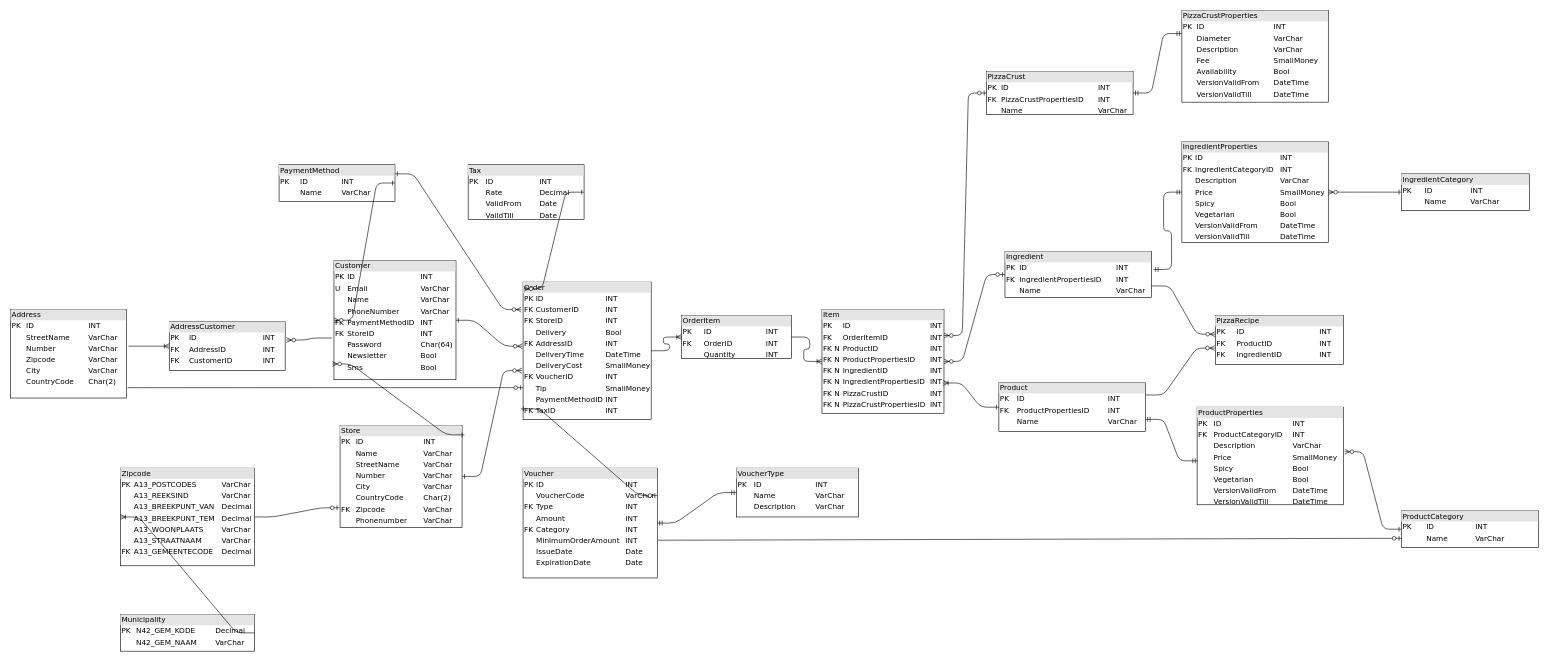
This is DBO_huidige_situatie.drawio from SlatanEnLexSemester4/Mario-Pizza-Case, a draw.io file, before an edit. Source tidied: cells renumbered, new cells numbered last; positions are measured from the earlier drawing's top-left corner, leaving out a move shared by most shapes. Both pictures are drawn from the tidied source at 61%, with x=0, y=0 at pixel (10, 10).
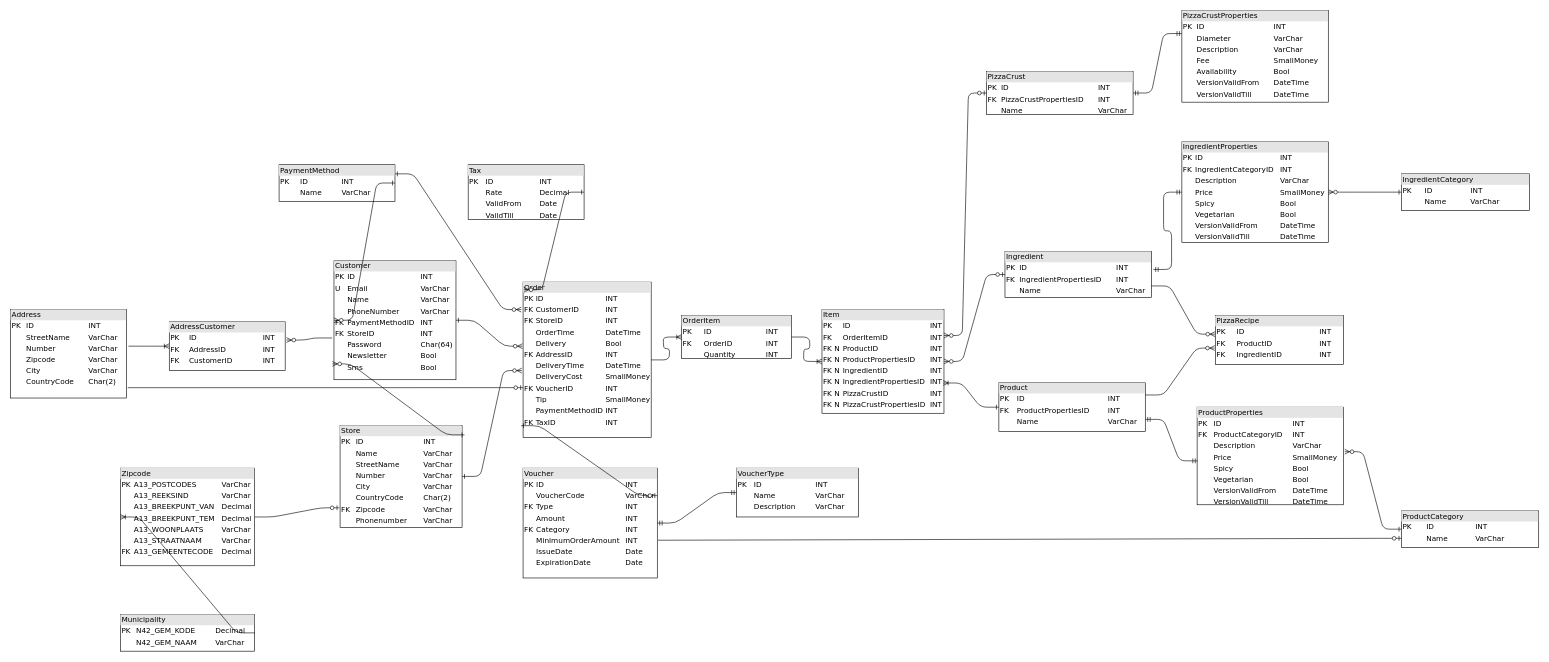
The same page after the edit.

The change refers to these unchanged cells:
```xml
<mxCell id="17" value="&lt;div style=&quot;box-sizing: border-box ; width: 100% ; background: #e4e4e4 ; padding: 2px&quot;&gt;Address&lt;br&gt;&lt;/div&gt;&lt;table style=&quot;width: 100% ; font-size: 1em&quot; cellspacing=&quot;0&quot; cellpadding=&quot;2&quot;&gt;&lt;tbody&gt;&lt;tr&gt;&lt;td&gt;PK&lt;/td&gt;&lt;td&gt;ID&lt;br&gt;&lt;/td&gt;&lt;td&gt;INT&lt;/td&gt;&lt;/tr&gt;&lt;tr&gt;&lt;td&gt;&lt;br&gt;&lt;/td&gt;&lt;td&gt;StreetName&lt;/td&gt;&lt;td&gt;VarChar&lt;/td&gt;&lt;/tr&gt;&lt;tr&gt;&lt;td&gt;&lt;br&gt;&lt;/td&gt;&lt;td&gt;Number&lt;/td&gt;&lt;td&gt;VarChar&lt;/td&gt;&lt;/tr&gt;&lt;tr&gt;&lt;td&gt;&lt;br&gt;&lt;/td&gt;&lt;td&gt;Zipcode&lt;/td&gt;&lt;td&gt;VarChar&lt;/td&gt;&lt;/tr&gt;&lt;tr&gt;&lt;td&gt;&lt;br&gt;&lt;/td&gt;&lt;td&gt;City&lt;/td&gt;&lt;td&gt;VarChar&lt;/td&gt;&lt;/tr&gt;&lt;tr&gt;&lt;td&gt;&lt;br&gt;&lt;/td&gt;&lt;td&gt;CountryCode&lt;/td&gt;&lt;td&gt;Char(2)&lt;/td&gt;&lt;/tr&gt;&lt;/tbody&gt;&lt;/table&gt;" style="verticalAlign=top;align=left;overflow=fill;html=1;rounded=0;shadow=0;comic=0;labelBackgroundColor=none;strokeWidth=1;fontFamily=Verdana;fontSize=12;" parent="1" vertex="1">
  <mxGeometry y="490" width="190" height="145" as="geometry" />
</mxCell>
```

What changed in the source:
```diff
@@
-    <mxCell id="14" value="&lt;div style=&quot;box-sizing: border-box ; width: 100% ; background: #e4e4e4 ; padding: 2px&quot;&gt;Order&lt;br&gt;&lt;/div&gt;&lt;table style=&quot;width: 100% ; font-size: 1em&quot; cellspacing=&quot;0&quot; cellpadding=&quot;2&quot;&gt;&lt;tbody&gt;&lt;tr&gt;&lt;td&gt;PK&lt;/td&gt;&lt;td&gt;ID&lt;br&gt;&lt;/td&gt;&lt;td&gt;INT&lt;/td&gt;&lt;/tr&gt;&lt;tr&gt;&lt;td&gt;FK&lt;/td&gt;&lt;td&gt;CustomerID&lt;br&gt;&lt;/td&gt;&lt;td&gt;INT&lt;/td&gt;&lt;/tr&gt;&lt;tr&gt;&lt;td&gt;FK&lt;/td&gt;&lt;td&gt;StoreID&lt;/td&gt;&lt;td&gt;INT&lt;/td&gt;&lt;/tr&gt;&lt;tr&gt;&lt;td&gt;&lt;br&gt;&lt;/td&gt;&lt;td&gt;Delivery&lt;/td&gt;&lt;td&gt;Bool&lt;/td&gt;&lt;/tr&gt;&lt;tr&gt;&lt;td&gt;FK&lt;/td&gt;&lt;td&gt;AddressID&lt;/td&gt;&lt;td&gt;INT&lt;/td&gt;&lt;/tr&gt;&lt;tr&gt;&lt;td&gt;&lt;br&gt;&lt;/td&gt;&lt;td&gt;DeliveryTime&lt;/td&gt;&lt;td&gt;DateTime&lt;/td&gt;&lt;/tr&gt;&lt;tr&gt;&lt;td&gt;&lt;br&gt;&lt;/td&gt;&lt;td&gt;DeliveryCost&lt;/td&gt;&lt;td&gt;SmallMoney&lt;/td&gt;&lt;/tr&gt;&lt;tr&gt;&lt;td&gt;FK&lt;/td&gt;&lt;td&gt;VoucherID&lt;/td&gt;&lt;td&gt;INT&lt;/td&gt;&lt;/tr&gt;&lt;tr&gt;&lt;td&gt;&lt;br&gt;&lt;/td&gt;&lt;td&gt;Tip&lt;/td&gt;&lt;td&gt;SmallMoney&lt;br&gt;&lt;/td&gt;&lt;/tr&gt;&lt;tr&gt;&lt;td&gt;&lt;br&gt;&lt;/td&gt;&lt;td&gt;PaymentMethodID&lt;/td&gt;&lt;td&gt;INT&lt;br&gt;&lt;/td&gt;&lt;/tr&gt;&lt;tr&gt;&lt;td&gt;FK&lt;/td&gt;&lt;td&gt;TaxID&lt;/td&gt;&lt;td&gt;INT&lt;/td&gt;&lt;/tr&gt;&lt;/tbody&gt;&lt;/table&gt;" style="verticalAlign=top;align=left;overflow=fill;html=1;rounded=0;shadow=0;comic=0;labelBackgroundColor=none;strokeWidth=1;fontFamily=Verdana;fontSize=12;" parent="1" vertex="1">
-      <mxGeometry x="840" y="445" width="210" height="225" as="geometry" />
+    <mxCell id="14" value="&lt;div style=&quot;box-sizing: border-box ; width: 100% ; background: #e4e4e4 ; padding: 2px&quot;&gt;Order&lt;br&gt;&lt;/div&gt;&lt;table style=&quot;width: 100% ; font-size: 1em&quot; cellspacing=&quot;0&quot; cellpadding=&quot;2&quot;&gt;&lt;tbody&gt;&lt;tr&gt;&lt;td&gt;PK&lt;/td&gt;&lt;td&gt;ID&lt;br&gt;&lt;/td&gt;&lt;td&gt;INT&lt;/td&gt;&lt;/tr&gt;&lt;tr&gt;&lt;td&gt;FK&lt;/td&gt;&lt;td&gt;CustomerID&lt;br&gt;&lt;/td&gt;&lt;td&gt;INT&lt;/td&gt;&lt;/tr&gt;&lt;tr&gt;&lt;td&gt;FK&lt;/td&gt;&lt;td&gt;StoreID&lt;/td&gt;&lt;td&gt;INT&lt;/td&gt;&lt;/tr&gt;&lt;tr&gt;&lt;td&gt;&lt;br&gt;&lt;/td&gt;&lt;td&gt;OrderTime&lt;/td&gt;&lt;td&gt;DateTime&lt;/td&gt;&lt;/tr&gt;&lt;tr&gt;&lt;td&gt;&lt;br&gt;&lt;/td&gt;&lt;td&gt;Delivery&lt;/td&gt;&lt;td&gt;Bool&lt;/td&gt;&lt;/tr&gt;&lt;tr&gt;&lt;td&gt;FK&lt;/td&gt;&lt;td&gt;AddressID&lt;/td&gt;&lt;td&gt;INT&lt;/td&gt;&lt;/tr&gt;&lt;tr&gt;&lt;td&gt;&lt;br&gt;&lt;/td&gt;&lt;td&gt;DeliveryTime&lt;/td&gt;&lt;td&gt;DateTime&lt;/td&gt;&lt;/tr&gt;&lt;tr&gt;&lt;td&gt;&lt;br&gt;&lt;/td&gt;&lt;td&gt;DeliveryCost&lt;/td&gt;&lt;td&gt;SmallMoney&lt;/td&gt;&lt;/tr&gt;&lt;tr&gt;&lt;td&gt;FK&lt;/td&gt;&lt;td&gt;VoucherID&lt;/td&gt;&lt;td&gt;INT&lt;/td&gt;&lt;/tr&gt;&lt;tr&gt;&lt;td&gt;&lt;br&gt;&lt;/td&gt;&lt;td&gt;Tip&lt;/td&gt;&lt;td&gt;SmallMoney&lt;br&gt;&lt;/td&gt;&lt;/tr&gt;&lt;tr&gt;&lt;td&gt;&lt;br&gt;&lt;/td&gt;&lt;td&gt;PaymentMethodID&lt;/td&gt;&lt;td&gt;INT&lt;br&gt;&lt;/td&gt;&lt;/tr&gt;&lt;tr&gt;&lt;td&gt;FK&lt;/td&gt;&lt;td&gt;TaxID&lt;/td&gt;&lt;td&gt;INT&lt;/td&gt;&lt;/tr&gt;&lt;/tbody&gt;&lt;/table&gt;" style="verticalAlign=top;align=left;overflow=fill;html=1;rounded=0;shadow=0;comic=0;labelBackgroundColor=none;strokeWidth=1;fontFamily=Verdana;fontSize=12;" parent="1" vertex="1">
+      <mxGeometry x="840" y="445" width="210" height="255" as="geometry" />
     </mxCell>
@@
-    <mxCell id="40" style="edgeStyle=entityRelationEdgeStyle;fontSize=12;html=1;endArrow=ERzeroToOne;endFill=1;exitX=1.01;exitY=0.883;exitDx=0;exitDy=0;exitPerimeter=0;" parent="1" edge="1" source="17">
+    <mxCell id="40" style="edgeStyle=entityRelationEdgeStyle;fontSize=12;html=1;endArrow=ERzeroToOne;endFill=1;exitX=1.01;exitY=0.883;exitDx=0;exitDy=0;exitPerimeter=0;jumpStyle=arc;jumpSize=1;" parent="1" edge="1" source="17">
       <mxGeometry relative="1" as="geometry">
         <mxPoint x="840" y="618" as="targetPoint" />
       </mxGeometry>
     </mxCell>
```
